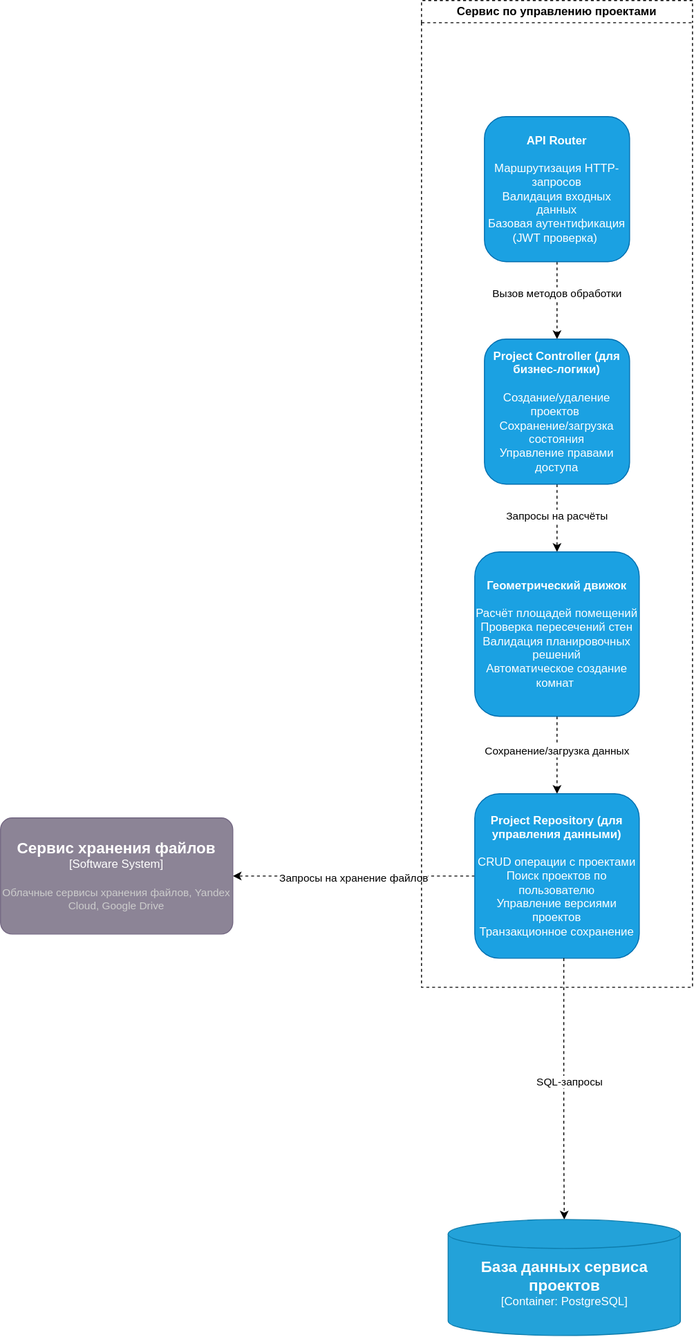
The draw.io diagram lab2/PM component.svg in Gucol1/architecture-design, before a commit. Source tidied: cells renumbered, new cells last; positions are measured from the earlier drawing's top-left corner, leaving out a move shared by most shapes. The source it was exported from:
```xml
<mxGraphModel>
  <root>
    <mxCell id="0" />
    <mxCell id="1" parent="0" />
    <mxCell id="2" style="edgeStyle=orthogonalEdgeStyle;rounded=0;jettySize=auto;html=1;entryX=0.5;entryY=0;entryDx=0;entryDy=0;dashed=1;" parent="1" edge="1" source="4" target="7">
      <mxGeometry relative="1" as="geometry" />
    </mxCell>
    <mxCell id="3" value="Вызов методов обработки" style="edgeLabel;html=1;align=center;verticalAlign=middle;" parent="2" vertex="1">
      <mxGeometry x="-0.17" y="-1" relative="1" as="geometry" />
    </mxCell>
    <mxCell id="4" value="&lt;div&gt;&lt;b&gt;API Router&lt;/b&gt;&lt;/div&gt;&lt;div&gt;&lt;b&gt;&lt;br&gt;&lt;/b&gt;&lt;/div&gt;&lt;div&gt;Маршрутизация HTTP-запросов&lt;/div&gt;&lt;div&gt;Валидация входных данных&lt;/div&gt;&lt;div&gt;Базовая аутентификация (JWT проверка)&amp;nbsp;&lt;/div&gt;" style="whiteSpace=wrap;html=1;fillColor=#1ba1e2;strokeColor=#006EAF;rounded=1;fontColor=#FFFFFF;" parent="1" vertex="1">
      <mxGeometry x="500" y="120" width="150" height="150" as="geometry" />
    </mxCell>
    <mxCell id="5" style="edgeStyle=orthogonalEdgeStyle;rounded=0;jettySize=auto;html=1;dashed=1;" parent="1" edge="1" source="7" target="10">
      <mxGeometry relative="1" as="geometry" />
    </mxCell>
    <mxCell id="6" value="Запросы на расчёты" style="edgeLabel;html=1;align=center;verticalAlign=middle;" parent="5" vertex="1">
      <mxGeometry x="-0.1" y="-1" relative="1" as="geometry" />
    </mxCell>
    <mxCell id="7" value="&lt;b&gt;Project Controller (для бизнес-логики)&lt;/b&gt;&lt;div&gt;&lt;b&gt;&lt;br&gt;&lt;/b&gt;&lt;/div&gt;&lt;div&gt;Создание/удаление проектов&amp;nbsp;&lt;/div&gt;&lt;div&gt;Сохранение/загрузка состояния&lt;/div&gt;&lt;div&gt;Управление правами доступа&lt;/div&gt;" style="whiteSpace=wrap;html=1;fillColor=#1ba1e2;strokeColor=#006EAF;rounded=1;fontColor=#FFFFFF;" parent="1" vertex="1">
      <mxGeometry x="500" y="350" width="150" height="150" as="geometry" />
    </mxCell>
    <mxCell id="8" style="edgeStyle=orthogonalEdgeStyle;rounded=0;jettySize=auto;html=1;dashed=1;" parent="1" edge="1" source="10" target="13">
      <mxGeometry relative="1" as="geometry" />
    </mxCell>
    <mxCell id="9" value="Сохранение/загрузка данных" style="edgeLabel;html=1;align=center;verticalAlign=middle;" parent="8" vertex="1">
      <mxGeometry x="-0.1" y="-1" relative="1" as="geometry" />
    </mxCell>
    <mxCell id="10" value="&lt;b&gt;Геометрический движок&lt;/b&gt;&lt;br&gt;&lt;div&gt;&lt;b&gt;&lt;br&gt;&lt;/b&gt;&lt;/div&gt;&lt;div&gt;Расчёт площадей помещений&lt;/div&gt;&lt;div&gt;Проверка пересечений стен&lt;/div&gt;&lt;div&gt;Валидация планировочных решений&lt;/div&gt;&lt;div&gt;Автоматическое создание комнат&amp;nbsp;&lt;/div&gt;" style="whiteSpace=wrap;html=1;fillColor=#1ba1e2;strokeColor=#006EAF;rounded=1;fontColor=#FFFFFF;" parent="1" vertex="1">
      <mxGeometry x="490" y="570" width="170" height="170" as="geometry" />
    </mxCell>
    <mxCell id="11" style="edgeStyle=orthogonalEdgeStyle;rounded=0;jettySize=auto;html=1;dashed=1;" parent="1" edge="1" source="13" target="18">
      <mxGeometry relative="1" as="geometry" />
    </mxCell>
    <mxCell id="12" value="Запросы на хранение файлов" style="edgeLabel;html=1;align=center;verticalAlign=middle;" parent="11" vertex="1">
      <mxGeometry x="0.01" y="1" relative="1" as="geometry" />
    </mxCell>
    <mxCell id="13" value="&lt;b&gt;Project Repository (для управления данными)&lt;/b&gt;&lt;br&gt;&lt;div&gt;&lt;b&gt;&lt;br&gt;&lt;/b&gt;&lt;/div&gt;&lt;div&gt;&lt;div&gt;CRUD операции с проектами&lt;/div&gt;&lt;div&gt;Поиск проектов по пользователю&lt;/div&gt;&lt;div&gt;&lt;span style=&quot;background-color: transparent;&quot;&gt;Управление версиями проектов&lt;/span&gt;&lt;/div&gt;&lt;div&gt;&lt;span style=&quot;background-color: transparent;&quot;&gt;Транзакционное сохранение&lt;/span&gt;&lt;/div&gt;&lt;/div&gt;" style="whiteSpace=wrap;html=1;fillColor=#1ba1e2;strokeColor=#006EAF;rounded=1;fontColor=#FFFFFF;" parent="1" vertex="1">
      <mxGeometry x="490" y="820" width="170" height="170" as="geometry" />
    </mxCell>
    <mxCell id="14" value="Сервис по управлению проектами" style="swimlane;whiteSpace=wrap;html=1;dashed=1;" parent="1" vertex="1">
      <mxGeometry x="435" width="280" height="1020" as="geometry" />
    </mxCell>
    <mxCell id="15" style="edgeStyle=orthogonalEdgeStyle;rounded=0;jettySize=auto;html=1;entryX=0.5;entryY=0;entryDx=0;entryDy=0;entryPerimeter=0;dashed=1;" parent="1" edge="1" source="13">
      <mxGeometry relative="1" as="geometry">
        <mxPoint x="582.5" y="1260" as="targetPoint" />
        <Array as="points">
          <mxPoint x="582" y="1190" />
          <mxPoint x="582" y="1190" />
        </Array>
      </mxGeometry>
    </mxCell>
    <mxCell id="16" value="SQL-запросы" style="edgeLabel;html=1;align=center;verticalAlign=middle;" parent="15" vertex="1">
      <mxGeometry x="-0.06" y="-3" relative="1" as="geometry">
        <mxPoint x="8" as="offset" />
      </mxGeometry>
    </mxCell>
    <object id="17" label="&lt;font style=&quot;font-size: 16px&quot;&gt;&lt;b&gt;%c4Name%&lt;/b&gt;&lt;/font&gt;&lt;div&gt;[%c4Type%:&amp;nbsp;%c4Technology%]&lt;/div&gt;&lt;br&gt;&lt;div&gt;&lt;font style=&quot;font-size: 11px&quot;&gt;&lt;font color=&quot;#E6E6E6&quot;&gt;%c4Description%&lt;/font&gt;&lt;/div&gt;" c4Description="" c4Name="База данных сервиса проектов" c4Technology="PostgreSQL" c4Type="Container" placeholders="1">
      <mxCell style="shape=cylinder3;size=15;whiteSpace=wrap;html=1;boundedLbl=1;rounded=0;labelBackgroundColor=none;fillColor=#23A2D9;fontSize=12;fontColor=#ffffff;align=center;strokeColor=#0E7DAD;" parent="1" vertex="1">
        <mxGeometry x="462.5" y="1260" width="240" height="120" as="geometry" />
      </mxCell>
    </object>
    <object id="18" label="&lt;font style=&quot;font-size: 16px&quot;&gt;&lt;b&gt;%c4Name%&lt;/b&gt;&lt;/font&gt;&lt;div&gt;[%c4Type%]&lt;/div&gt;&lt;br&gt;&lt;div&gt;&lt;font style=&quot;font-size: 11px&quot;&gt;&lt;font color=&quot;#cccccc&quot;&gt;%c4Description%&lt;/font&gt;&lt;/div&gt;" c4Description="Облачные сервисы хранения файлов, Yandex Cloud, Google Drive" c4Name="Сервис хранения файлов" c4Type="Software System" placeholders="1">
      <mxCell style="rounded=1;whiteSpace=wrap;html=1;labelBackgroundColor=none;fillColor=#8C8496;fontColor=#ffffff;align=center;arcSize=10;strokeColor=#736782;points=[[0.25,0,0],[0.5,0,0],[0.75,0,0],[1,0.25,0],[1,0.5,0],[1,0.75,0],[0.75,1,0],[0.5,1,0],[0.25,1,0],[0,0.75,0],[0,0.5,0],[0,0.25,0]];" parent="1" vertex="1">
        <mxGeometry y="845" width="240" height="120" as="geometry" />
      </mxCell>
    </object>
  </root>
</mxGraphModel>
```
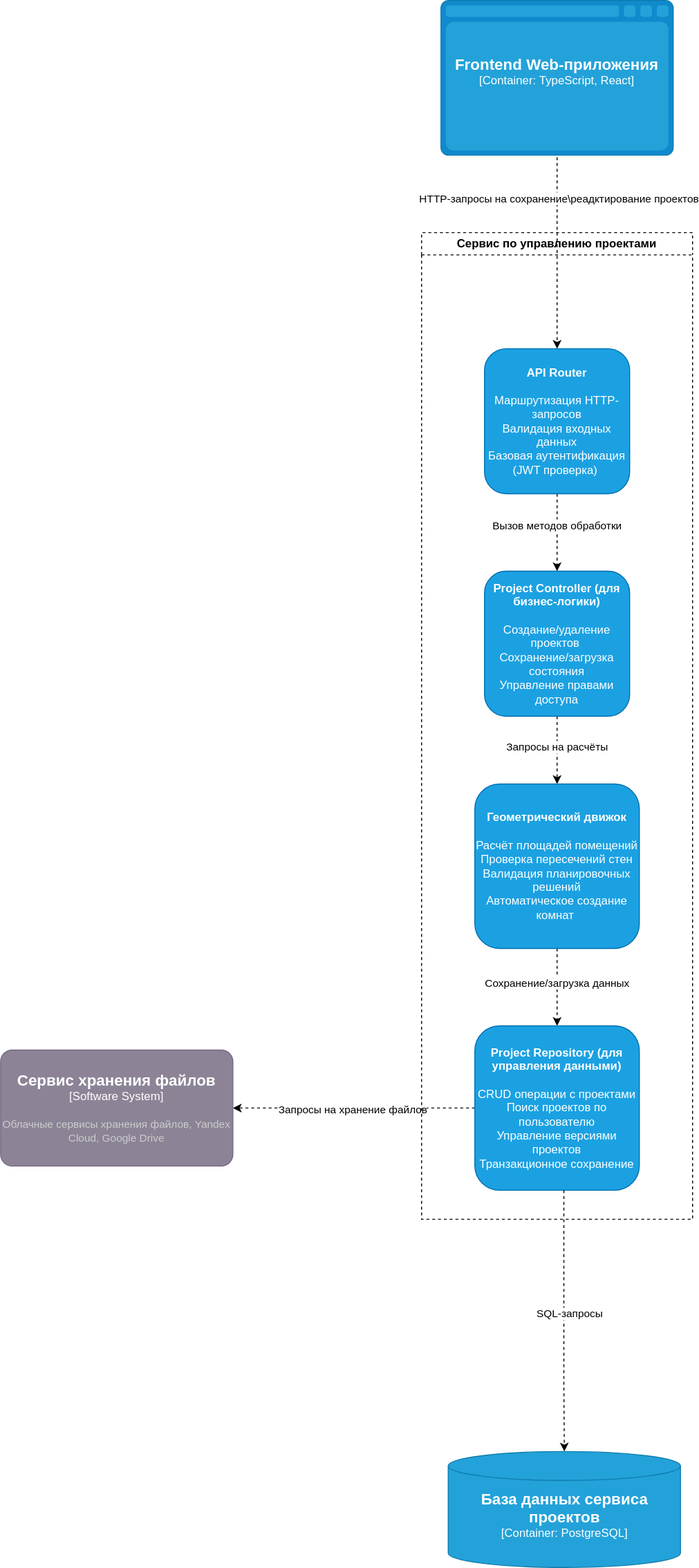
Above is the later version.

The edit, as a diff of the source:
```diff
@@ -65,5 +65,18 @@
         <mxGeometry y="845" width="240" height="120" as="geometry" />
       </mxCell>
     </object>
+    <mxCell id="19" style="edgeStyle=orthogonalEdgeStyle;rounded=0;jettySize=auto;html=1;entryX=0.5;entryY=0;entryDx=0;entryDy=0;dashed=1;" parent="1" edge="1" target="4">
+      <mxGeometry relative="1" as="geometry">
+        <mxPoint x="575" y="-90" as="sourcePoint" />
+      </mxGeometry>
+    </mxCell>
+    <mxCell id="20" value="HTTP-запросы на сохранение\реадктирование проектов" style="edgeLabel;html=1;align=center;verticalAlign=middle;" parent="19" vertex="1">
+      <mxGeometry x="-0.48" y="1" relative="1" as="geometry" />
+    </mxCell>
+    <object id="21" label="&lt;font style=&quot;font-size: 16px&quot;&gt;&lt;b&gt;%c4Name%&lt;/b&gt;&lt;/font&gt;&lt;div&gt;[%c4Type%:&amp;nbsp;%c4Technology%]&lt;/div&gt;&lt;br&gt;&lt;div&gt;&lt;font style=&quot;font-size: 11px&quot;&gt;&lt;font color=&quot;#E6E6E6&quot;&gt;%c4Description%&lt;/font&gt;&lt;/div&gt;" c4Description="" c4Name="Frontend Web-приложения" c4Technology="TypeScript, React" c4Type="Container" placeholders="1">
+      <mxCell style="shape=mxgraph.c4.webBrowserContainer2;whiteSpace=wrap;html=1;boundedLbl=1;rounded=0;labelBackgroundColor=none;strokeColor=#118ACD;fillColor=#23A2D9;strokeColor=#118ACD;strokeColor2=#0E7DAD;fontSize=12;fontColor=#ffffff;align=center;" parent="1" vertex="1">
+        <mxGeometry x="455" y="-240" width="240" height="160" as="geometry" />
+      </mxCell>
+    </object>
   </root>
 </mxGraphModel>
```
